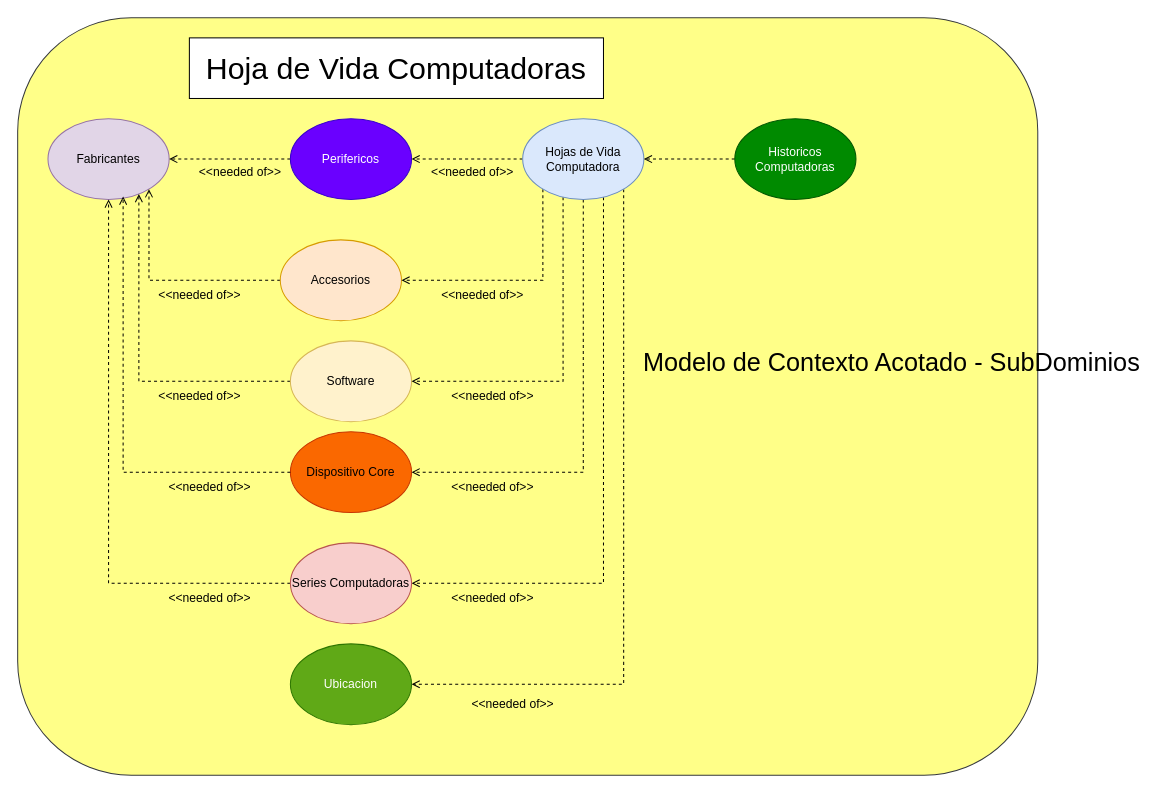
Before: page "2.ModeloContextoDelimitado" (2 of 8) of HojaVidaComputo/ModeloDominioHojaVidaComputo.drawio in cristianospina/DOO, a draw.io diagram. Source tidied: cells renumbered, new cells numbered last; positions are measured from the earlier drawing's top-left corner, leaving out a move shared by most shapes. Both pictures are drawn from the tidied source at 101%, with x=0, y=0 at pixel (17, 17).
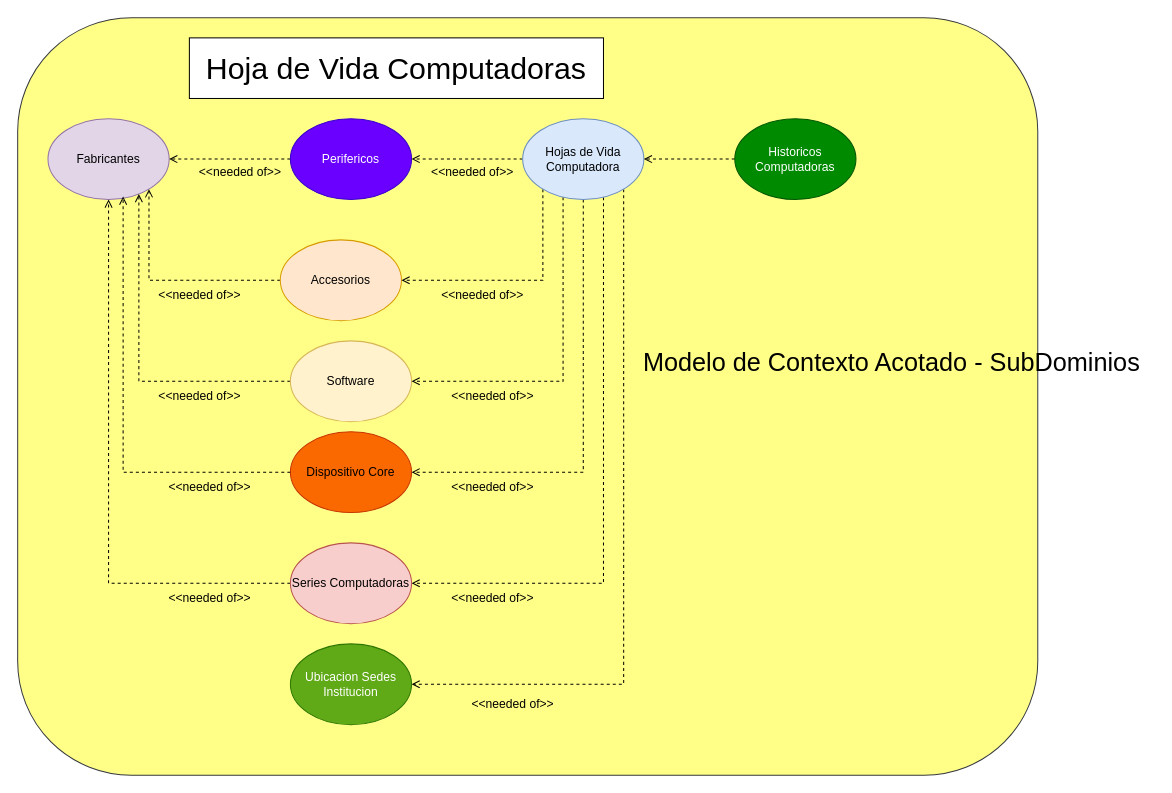
The same page after the edit.

What changed in the source:
```diff
@@
-    <mxCell id="22" value="Ubicacion" style="ellipse;whiteSpace=wrap;html=1;fillColor=#60a917;fontColor=#ffffff;strokeColor=#2D7600;" parent="1" vertex="1">
+    <mxCell id="22" value="Ubicacion Sedes Institucion" style="ellipse;whiteSpace=wrap;html=1;fillColor=#60a917;fontColor=#ffffff;strokeColor=#2D7600;" parent="1" vertex="1">
       <mxGeometry x="270" y="620" width="120" height="80" as="geometry" />
     </mxCell>
```
